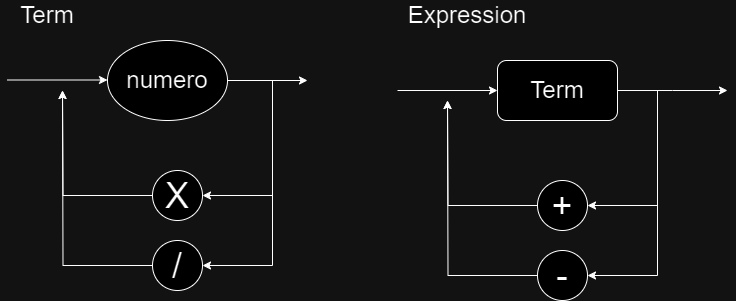
The draw.io diagram DiagramaSint.png in leofmandrade/CompiladorComp, before a commit. Source tidied: cells renumbered, new cells last; positions are measured from the earlier drawing's top-left corner, leaving out a move shared by most shapes.
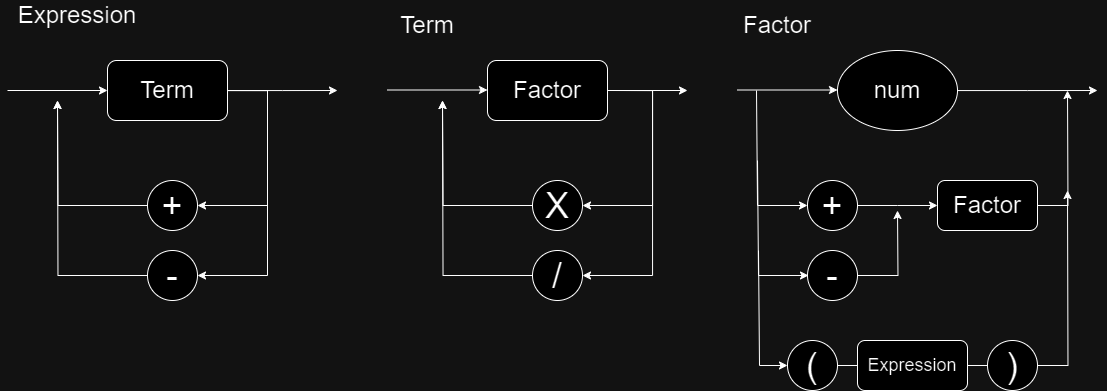
After the change.

The edit, as a diff of the source:
```diff
@@ -2,14 +2,12 @@
   <root>
     <mxCell id="0" />
     <mxCell id="1" parent="0" />
-    <mxCell id="2" style="edgeStyle=orthogonalEdgeStyle;rounded=0;jettySize=auto;html=1;" parent="1" edge="1" source="3">
+    <mxCell id="2" style="edgeStyle=orthogonalEdgeStyle;rounded=0;orthogonalLoop=1;jettySize=auto;html=1;" parent="1" edge="1">
       <mxGeometry relative="1" as="geometry">
-        <mxPoint x="300" y="80" as="targetPoint" />
+        <mxPoint x="990" y="90" as="sourcePoint" />
+        <mxPoint x="1070" y="90" as="targetPoint" />
       </mxGeometry>
     </mxCell>
-    <mxCell id="3" value="&lt;font style=&quot;font-size: 24px;&quot;&gt;numero&lt;/font&gt;" style="ellipse;whiteSpace=wrap;html=1;" parent="1" vertex="1">
-      <mxGeometry x="100" y="40" width="120" height="80" as="geometry" />
-    </mxCell>
     <mxCell id="4" style="edgeStyle=orthogonalEdgeStyle;rounded=0;jettySize=auto;html=1;exitX=1;exitY=0.5;exitDx=0;exitDy=0;entryX=1;entryY=0.5;entryDx=0;entryDy=0;" parent="1" edge="1" source="7" target="10">
       <mxGeometry relative="1" as="geometry">
         <Array as="points">
@@ -57,49 +55,139 @@
     </mxCell>
     <mxCell id="13" style="endArrow=classic;html=1;rounded=0;entryX=0;entryY=0.5;entryDx=0;entryDy=0;" parent="1" edge="1">
       <mxGeometry relative="1" as="geometry">
-        <mxPoint y="79.5" as="sourcePoint" />
-        <mxPoint x="100" y="79.5" as="targetPoint" />
+        <mxPoint x="770" y="89.5" as="sourcePoint" />
+        <mxPoint x="870" y="89.5" as="targetPoint" />
       </mxGeometry>
     </mxCell>
     <mxCell id="14" style="edgeStyle=orthogonalEdgeStyle;rounded=0;jettySize=auto;html=1;exitX=1;exitY=0.5;exitDx=0;exitDy=0;entryX=1;entryY=0.5;entryDx=0;entryDy=0;" parent="1" edge="1" target="17">
       <mxGeometry relative="1" as="geometry">
-        <mxPoint x="225" y="80" as="sourcePoint" />
+        <mxPoint x="995" y="90" as="sourcePoint" />
         <Array as="points">
-          <mxPoint x="265" y="80" />
-          <mxPoint x="265" y="195" />
+          <mxPoint x="1035" y="90" />
+          <mxPoint x="1035" y="205" />
         </Array>
       </mxGeometry>
     </mxCell>
     <mxCell id="15" style="edgeStyle=orthogonalEdgeStyle;rounded=0;jettySize=auto;html=1;entryX=1;entryY=0.5;entryDx=0;entryDy=0;" parent="1" edge="1" target="19">
       <mxGeometry relative="1" as="geometry">
-        <mxPoint x="225" y="80" as="sourcePoint" />
+        <mxPoint x="995" y="90" as="sourcePoint" />
         <Array as="points">
-          <mxPoint x="265" y="80" />
-          <mxPoint x="265" y="265" />
+          <mxPoint x="1035" y="90" />
+          <mxPoint x="1035" y="275" />
         </Array>
       </mxGeometry>
     </mxCell>
     <mxCell id="16" style="edgeStyle=orthogonalEdgeStyle;rounded=0;jettySize=auto;html=1;exitX=0;exitY=0.5;exitDx=0;exitDy=0;" parent="1" edge="1" source="17">
       <mxGeometry relative="1" as="geometry">
-        <mxPoint x="55" y="90" as="targetPoint" />
+        <mxPoint x="825" y="100" as="targetPoint" />
       </mxGeometry>
     </mxCell>
     <mxCell id="17" value="&lt;font style=&quot;font-size: 36px;&quot;&gt;X&lt;/font&gt;" style="ellipse;whiteSpace=wrap;html=1;" parent="1" vertex="1">
-      <mxGeometry x="145" y="170" width="50" height="50" as="geometry" />
+      <mxGeometry x="915" y="180" width="50" height="50" as="geometry" />
     </mxCell>
     <mxCell id="18" style="edgeStyle=orthogonalEdgeStyle;rounded=0;jettySize=auto;html=1;" parent="1" edge="1" source="19">
       <mxGeometry relative="1" as="geometry">
-        <mxPoint x="55" y="90" as="targetPoint" />
+        <mxPoint x="825" y="100" as="targetPoint" />
       </mxGeometry>
     </mxCell>
     <mxCell id="19" value="&lt;span style=&quot;font-size: 36px;&quot;&gt;/&lt;/span&gt;" style="ellipse;whiteSpace=wrap;html=1;" parent="1" vertex="1">
-      <mxGeometry x="145" y="240" width="50" height="50" as="geometry" />
+      <mxGeometry x="915" y="250" width="50" height="50" as="geometry" />
     </mxCell>
     <mxCell id="20" value="&lt;font style=&quot;font-size: 24px;&quot;&gt;Term&lt;/font&gt;" style="text;html=1;align=center;verticalAlign=middle;whiteSpace=wrap;rounded=0;" parent="1" vertex="1">
-      <mxGeometry x="10" width="60" height="30" as="geometry" />
+      <mxGeometry x="780" y="10" width="60" height="30" as="geometry" />
     </mxCell>
     <mxCell id="21" value="&lt;font style=&quot;font-size: 24px;&quot;&gt;Expression&lt;/font&gt;" style="text;html=1;align=center;verticalAlign=middle;whiteSpace=wrap;rounded=0;" parent="1" vertex="1">
       <mxGeometry x="430" width="60" height="30" as="geometry" />
     </mxCell>
+    <mxCell id="22" style="edgeStyle=orthogonalEdgeStyle;rounded=0;jettySize=auto;html=1;" parent="1" edge="1" source="23">
+      <mxGeometry relative="1" as="geometry">
+        <mxPoint x="1480" y="90" as="targetPoint" />
+      </mxGeometry>
+    </mxCell>
+    <mxCell id="23" value="&lt;font style=&quot;font-size: 24px;&quot;&gt;num&lt;/font&gt;" style="ellipse;whiteSpace=wrap;html=1;" parent="1" vertex="1">
+      <mxGeometry x="1220" y="50" width="120" height="80" as="geometry" />
+    </mxCell>
+    <mxCell id="24" style="endArrow=classic;html=1;rounded=0;entryX=0;entryY=0.5;entryDx=0;entryDy=0;" parent="1" edge="1">
+      <mxGeometry relative="1" as="geometry">
+        <mxPoint x="1120" y="89.5" as="sourcePoint" />
+        <mxPoint x="1220" y="89.5" as="targetPoint" />
+      </mxGeometry>
+    </mxCell>
+    <mxCell id="25" value="&lt;font style=&quot;font-size: 24px;&quot;&gt;Factor&lt;/font&gt;" style="text;html=1;align=center;verticalAlign=middle;whiteSpace=wrap;rounded=0;" parent="1" vertex="1">
+      <mxGeometry x="1130" y="10" width="60" height="30" as="geometry" />
+    </mxCell>
+    <mxCell id="26" style="edgeStyle=orthogonalEdgeStyle;rounded=0;jettySize=auto;html=1;" parent="1" edge="1" source="27">
+      <mxGeometry relative="1" as="geometry">
+        <mxPoint x="1320" y="205" as="targetPoint" />
+      </mxGeometry>
+    </mxCell>
+    <mxCell id="27" value="&lt;font style=&quot;font-size: 36px;&quot;&gt;+&lt;/font&gt;" style="ellipse;whiteSpace=wrap;html=1;" parent="1" vertex="1">
+      <mxGeometry x="1190" y="180" width="50" height="50" as="geometry" />
+    </mxCell>
+    <mxCell id="28" style="edgeStyle=orthogonalEdgeStyle;rounded=0;jettySize=auto;html=1;" parent="1" edge="1" source="29">
+      <mxGeometry relative="1" as="geometry">
+        <mxPoint x="1280" y="210" as="targetPoint" />
+      </mxGeometry>
+    </mxCell>
+    <mxCell id="29" value="&lt;font style=&quot;font-size: 36px;&quot;&gt;-&lt;/font&gt;" style="ellipse;whiteSpace=wrap;html=1;" parent="1" vertex="1">
+      <mxGeometry x="1190" y="250" width="50" height="50" as="geometry" />
+    </mxCell>
+    <mxCell id="30" style="endArrow=classic;html=1;rounded=0;entryX=0;entryY=0.5;entryDx=0;entryDy=0;" parent="1" edge="1" target="27">
+      <mxGeometry relative="1" as="geometry">
+        <mxPoint x="1139" y="90" as="sourcePoint" />
+        <Array as="points">
+          <mxPoint x="1140" y="205" />
+        </Array>
+      </mxGeometry>
+    </mxCell>
+    <mxCell id="31" style="endArrow=classic;html=1;rounded=0;entryX=0;entryY=0.5;entryDx=0;entryDy=0;" parent="1" edge="1">
+      <mxGeometry relative="1" as="geometry">
+        <mxPoint x="1140" y="160" as="sourcePoint" />
+        <mxPoint x="1191" y="275" as="targetPoint" />
+        <Array as="points">
+          <mxPoint x="1141" y="275" />
+        </Array>
+      </mxGeometry>
+    </mxCell>
+    <mxCell id="32" style="endArrow=classic;html=1;rounded=0;" parent="1" edge="1">
+      <mxGeometry relative="1" as="geometry">
+        <mxPoint x="1141" y="250" as="sourcePoint" />
+        <mxPoint x="1170" y="365" as="targetPoint" />
+        <Array as="points">
+          <mxPoint x="1142" y="365" />
+        </Array>
+      </mxGeometry>
+    </mxCell>
+    <mxCell id="33" value="&lt;font style=&quot;font-size: 24px;&quot;&gt;Factor&lt;/font&gt;" style="rounded=1;whiteSpace=wrap;html=1;" parent="1" vertex="1">
+      <mxGeometry x="870" y="60" width="120" height="60" as="geometry" />
+    </mxCell>
+    <mxCell id="34" style="edgeStyle=orthogonalEdgeStyle;rounded=0;jettySize=auto;html=1;" parent="1" edge="1" source="35">
+      <mxGeometry relative="1" as="geometry">
+        <mxPoint x="1450" y="90" as="targetPoint" />
+      </mxGeometry>
+    </mxCell>
+    <mxCell id="35" value="&lt;font style=&quot;font-size: 24px;&quot;&gt;Factor&lt;/font&gt;" style="rounded=1;whiteSpace=wrap;html=1;" parent="1" vertex="1">
+      <mxGeometry x="1320" y="180" width="100" height="50" as="geometry" />
+    </mxCell>
+    <mxCell id="36" style="edgeStyle=orthogonalEdgeStyle;rounded=0;jettySize=auto;html=1;endArrow=none;endFill=0;entryX=0;entryY=0.5;entryDx=0;entryDy=0;" parent="1" edge="1" source="37" target="41">
+      <mxGeometry relative="1" as="geometry" />
+    </mxCell>
+    <mxCell id="37" value="&lt;font style=&quot;font-size: 18px;&quot;&gt;Expression&lt;/font&gt;" style="rounded=1;whiteSpace=wrap;html=1;" parent="1" vertex="1">
+      <mxGeometry x="1240" y="340" width="110" height="50" as="geometry" />
+    </mxCell>
+    <mxCell id="38" style="edgeStyle=orthogonalEdgeStyle;rounded=0;jettySize=auto;html=1;entryX=0;entryY=0.5;entryDx=0;entryDy=0;endArrow=none;endFill=0;" parent="1" edge="1" source="39" target="37">
+      <mxGeometry relative="1" as="geometry" />
+    </mxCell>
+    <mxCell id="39" value="&lt;font style=&quot;font-size: 36px;&quot;&gt;(&lt;/font&gt;" style="ellipse;whiteSpace=wrap;html=1;" parent="1" vertex="1">
+      <mxGeometry x="1170" y="340" width="50" height="50" as="geometry" />
+    </mxCell>
+    <mxCell id="40" style="edgeStyle=orthogonalEdgeStyle;rounded=0;jettySize=auto;html=1;" parent="1" edge="1" source="41">
+      <mxGeometry relative="1" as="geometry">
+        <mxPoint x="1450" y="190" as="targetPoint" />
+      </mxGeometry>
+    </mxCell>
+    <mxCell id="41" value="&lt;font style=&quot;font-size: 36px;&quot;&gt;)&lt;/font&gt;" style="ellipse;whiteSpace=wrap;html=1;" parent="1" vertex="1">
+      <mxGeometry x="1370" y="340" width="50" height="50" as="geometry" />
+    </mxCell>
   </root>
 </mxGraphModel>
```
